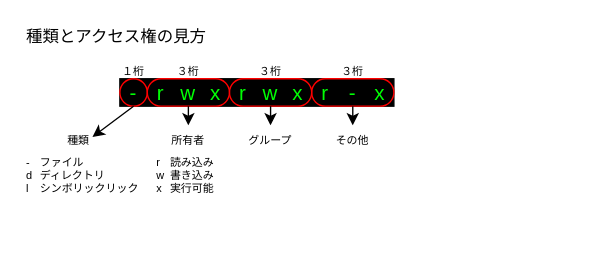
This is page "chmodとアクセス権" (9 of 9) of AWS研修_WEBアプリ_挿絵.drawio from reizo0901/Doc, a draw.io file, before an edit. Source tidied: cells renumbered, new cells numbered last; positions are measured from the earlier drawing's top-left corner, leaving out a move shared by most shapes. Both pictures are drawn from the tidied source at 137%, with x=0, y=0 at pixel (23, 23).
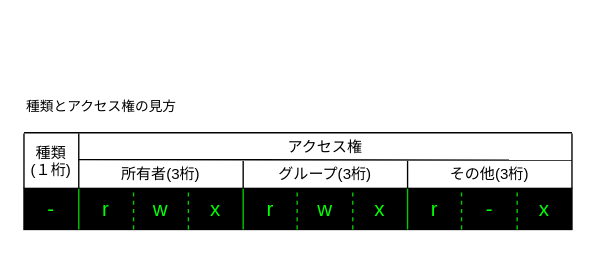
After the change.

Commit message (it also covers changes not shown here):
AWS研修_WEBアプリ_挿絵.drawio を更新します

Diff of the diagram source:
```diff
@@
     <mxCell id="2" style="rounded=0;whiteSpace=wrap;html=1;fillColor=#000000;" parent="1" vertex="1">
-      <mxGeometry x="70" y="40" width="200" height="20" as="geometry" />
+      <mxGeometry y="120" width="400" height="30" as="geometry" />
     </mxCell>
-    <mxCell id="3" value="種類とアクセス権の見方" style="text;html=1;strokeColor=none;fillColor=none;align=left;verticalAlign=middle;whiteSpace=wrap;rounded=0;" parent="1" vertex="1">
-      <mxGeometry width="150" height="20" as="geometry" />
+    <mxCell id="3" value="種類とアクセス権の見方" style="text;html=1;strokeColor=none;fillColor=none;align=left;verticalAlign=middle;whiteSpace=wrap;rounded=0;fontSize=10;" parent="1" vertex="1">
+      <mxGeometry y="50" width="300" height="20" as="geometry" />
     </mxCell>
-    <mxCell id="4" style="group;" parent="1" vertex="1">
-      <mxGeometry x="70" y="40" width="200" height="20" as="geometry" />
+    <mxCell id="4" style="group;fontSize=11;" parent="1" vertex="1">
+      <mxGeometry y="120" width="400" height="30" as="geometry" />
     </mxCell>
     <mxCell id="5" value="-" style="text;html=1;strokeColor=none;fillColor=none;align=center;verticalAlign=middle;whiteSpace=wrap;rounded=0;fontSize=15;fontColor=#00ff04;" parent="4" vertex="1">
-      <mxGeometry width="20" height="20" as="geometry" />
+      <mxGeometry width="40" height="30" as="geometry" />
     </mxCell>
     <mxCell id="6" value="r" style="text;html=1;strokeColor=none;fillColor=none;align=center;verticalAlign=middle;whiteSpace=wrap;rounded=0;fontSize=15;fontColor=#00ff04;" parent="4" vertex="1">
-      <mxGeometry x="20" width="20" height="20" as="geometry" />
+      <mxGeometry x="40" width="40" height="30" as="geometry" />
     </mxCell>
     <mxCell id="7" value="w" style="text;html=1;strokeColor=none;fillColor=none;align=center;verticalAlign=middle;whiteSpace=wrap;rounded=0;fontSize=15;fontColor=#00ff04;" parent="4" vertex="1">
-      <mxGeometry x="40" width="20" height="20" as="geometry" />
+      <mxGeometry x="80" width="40" height="30" as="geometry" />
     </mxCell>
     <mxCell id="8" value="x" style="text;html=1;strokeColor=none;fillColor=none;align=center;verticalAlign=middle;whiteSpace=wrap;rounded=0;fontSize=15;fontColor=#00ff04;" parent="4" vertex="1">
-      <mxGeometry x="60" width="20" height="20" as="geometry" />
+      <mxGeometry x="120" width="40" height="30" as="geometry" />
     </mxCell>
     <mxCell id="9" value="r" style="text;html=1;strokeColor=none;fillColor=none;align=center;verticalAlign=middle;whiteSpace=wrap;rounded=0;fontSize=15;fontColor=#00ff04;" parent="4" vertex="1">
-      <mxGeometry x="80" width="20" height="20" as="geometry" />
+      <mxGeometry x="160" width="40" height="30" as="geometry" />
     </mxCell>
     <mxCell id="10" value="w" style="text;html=1;strokeColor=none;fillColor=none;align=center;verticalAlign=middle;whiteSpace=wrap;rounded=0;fontSize=15;fontColor=#00ff04;" parent="4" vertex="1">
-      <mxGeometry x="100" width="20" height="20" as="geometry" />
+      <mxGeometry x="200" width="40" height="30" as="geometry" />
     </mxCell>
     <mxCell id="11" value="x" style="text;html=1;strokeColor=none;fillColor=none;align=center;verticalAlign=middle;whiteSpace=wrap;rounded=0;fontSize=15;fontColor=#00ff04;" parent="4" vertex="1">
-      <mxGeometry x="120" width="20" height="20" as="geometry" />
+      <mxGeometry x="240" width="40" height="30" as="geometry" />
     </mxCell>
     <mxCell id="12" value="r" style="text;html=1;strokeColor=none;fillColor=none;align=center;verticalAlign=middle;whiteSpace=wrap;rounded=0;fontSize=15;fontColor=#00ff04;" parent="4" vertex="1">
-      <mxGeometry x="140" width="20" height="20" as="geometry" />
+      <mxGeometry x="280" width="40" height="30" as="geometry" />
     </mxCell>
     <mxCell id="13" value="-" style="text;html=1;strokeColor=none;fillColor=none;align=center;verticalAlign=middle;whiteSpace=wrap;rounded=0;fontSize=15;fontColor=#00ff04;" parent="4" vertex="1">
-      <mxGeometry x="160" width="20" height="20" as="geometry" />
+      <mxGeometry x="320" width="40" height="30" as="geometry" />
     </mxCell>
     <mxCell id="14" value="x" style="text;html=1;strokeColor=none;fillColor=none;align=center;verticalAlign=middle;whiteSpace=wrap;rounded=0;fontSize=15;fontColor=#00ff04;" parent="4" vertex="1">
-      <mxGeometry x="180" width="20" height="20" as="geometry" />
+      <mxGeometry x="360" width="40" height="30" as="geometry" />
     </mxCell>
-    <mxCell id="15" style="rounded=1;whiteSpace=wrap;html=1;fillColor=none;strokeColor=#ff0000;arcSize=50;" parent="4" vertex="1">
-      <mxGeometry x="80" width="60" height="20" as="geometry" />
-    </mxCell>
-    <mxCell id="16" style="rounded=1;whiteSpace=wrap;html=1;fillColor=none;strokeColor=#ff0000;arcSize=50;" parent="4" vertex="1">
-      <mxGeometry x="140" width="60" height="20" as="geometry" />
-    </mxCell>
-    <mxCell id="17" style="rounded=1;whiteSpace=wrap;html=1;fillColor=none;strokeColor=#ff0000;arcSize=50;" parent="4" vertex="1">
-      <mxGeometry width="20" height="20" as="geometry" />
-    </mxCell>
-    <mxCell id="18" value="種類" style="text;html=1;strokeColor=none;fillColor=none;align=center;verticalAlign=middle;whiteSpace=wrap;rounded=0;fontSize=8;spacing=2;" parent="1" vertex="1">
-      <mxGeometry x="30" y="80" width="20" height="10" as="geometry" />
-    </mxCell>
+    <mxCell id="35" style="endArrow=none;html=1;rounded=0;exitX=0;exitY=1;exitDx=0;exitDy=0;entryX=0;entryY=0;entryDx=0;entryDy=0;strokeColor=#00CC00;" parent="4" edge="1" source="6" target="6">
+      <mxGeometry relative="1" as="geometry" />
+    </mxCell>
+    <mxCell id="36" style="endArrow=none;html=1;rounded=0;exitX=0;exitY=1;exitDx=0;exitDy=0;entryX=0;entryY=0;entryDx=0;entryDy=0;strokeColor=#00CC00;" parent="4" edge="1">
+      <mxGeometry relative="1" as="geometry">
+        <mxPoint x="160" y="30" as="sourcePoint" />
+        <mxPoint x="160" as="targetPoint" />
+      </mxGeometry>
+    </mxCell>
+    <mxCell id="37" style="endArrow=none;html=1;rounded=0;exitX=0;exitY=1;exitDx=0;exitDy=0;entryX=0;entryY=0;entryDx=0;entryDy=0;strokeColor=#00CC00;" parent="4" edge="1">
+      <mxGeometry relative="1" as="geometry">
+        <mxPoint x="280" y="30" as="sourcePoint" />
+        <mxPoint x="280" as="targetPoint" />
+      </mxGeometry>
+    </mxCell>
+    <mxCell id="38" style="endArrow=none;html=1;rounded=0;exitX=0;exitY=1;exitDx=0;exitDy=0;entryX=0;entryY=0;entryDx=0;entryDy=0;strokeColor=#00CC00;dashed=1;" parent="4" edge="1">
+      <mxGeometry relative="1" as="geometry">
+        <mxPoint x="80" y="30" as="sourcePoint" />
+        <mxPoint x="80" as="targetPoint" />
+      </mxGeometry>
+    </mxCell>
+    <mxCell id="39" style="endArrow=none;html=1;rounded=0;exitX=0;exitY=1;exitDx=0;exitDy=0;entryX=0;entryY=0;entryDx=0;entryDy=0;strokeColor=#00CC00;dashed=1;" parent="4" edge="1">
+      <mxGeometry relative="1" as="geometry">
+        <mxPoint x="120" y="30" as="sourcePoint" />
+        <mxPoint x="120" as="targetPoint" />
+      </mxGeometry>
+    </mxCell>
+    <mxCell id="40" style="endArrow=none;html=1;rounded=0;exitX=0;exitY=1;exitDx=0;exitDy=0;entryX=0;entryY=0;entryDx=0;entryDy=0;strokeColor=#00CC00;dashed=1;" parent="4" edge="1">
+      <mxGeometry relative="1" as="geometry">
+        <mxPoint x="199.4" y="30" as="sourcePoint" />
+        <mxPoint x="199.4" as="targetPoint" />
+      </mxGeometry>
+    </mxCell>
+    <mxCell id="41" style="endArrow=none;html=1;rounded=0;exitX=0;exitY=1;exitDx=0;exitDy=0;entryX=0;entryY=0;entryDx=0;entryDy=0;strokeColor=#00CC00;dashed=1;" parent="4" edge="1">
+      <mxGeometry relative="1" as="geometry">
+        <mxPoint x="240" y="30" as="sourcePoint" />
+        <mxPoint x="240" as="targetPoint" />
+      </mxGeometry>
+    </mxCell>
+    <mxCell id="42" style="endArrow=none;html=1;rounded=0;exitX=0;exitY=1;exitDx=0;exitDy=0;entryX=0;entryY=0;entryDx=0;entryDy=0;strokeColor=#00CC00;dashed=1;" parent="4" edge="1">
+      <mxGeometry relative="1" as="geometry">
+        <mxPoint x="319.4" y="30" as="sourcePoint" />
+        <mxPoint x="319.4" as="targetPoint" />
+      </mxGeometry>
+    </mxCell>
+    <mxCell id="43" style="endArrow=none;html=1;rounded=0;exitX=0;exitY=1;exitDx=0;exitDy=0;entryX=0;entryY=0;entryDx=0;entryDy=0;strokeColor=#00CC00;dashed=1;" parent="4" edge="1">
+      <mxGeometry relative="1" as="geometry">
+        <mxPoint x="360" y="30" as="sourcePoint" />
+        <mxPoint x="360" as="targetPoint" />
+      </mxGeometry>
+    </mxCell>
-    <mxCell id="19" value="所有者" style="text;html=1;strokeColor=none;fillColor=none;align=center;verticalAlign=middle;whiteSpace=wrap;rounded=0;fontSize=8;spacing=2;" parent="1" vertex="1">
-      <mxGeometry x="90" y="80" width="60" height="10" as="geometry" />
+    <mxCell id="19" value="所有者(3桁)" style="text;html=1;strokeColor=none;fillColor=none;align=center;verticalAlign=middle;whiteSpace=wrap;rounded=0;fontSize=11;spacing=2;" parent="1" vertex="1">
+      <mxGeometry x="40" y="100" width="120" height="20" as="geometry" />
     </mxCell>
-    <mxCell id="20" value="グループ" style="text;html=1;strokeColor=none;fillColor=none;align=center;verticalAlign=middle;whiteSpace=wrap;rounded=0;fontSize=8;" parent="1" vertex="1">
-      <mxGeometry x="150" y="80" width="60" height="10" as="geometry" />
+    <mxCell id="20" value="グループ(3桁)" style="text;html=1;strokeColor=none;fillColor=none;align=center;verticalAlign=middle;whiteSpace=wrap;rounded=0;fontSize=11;" parent="1" vertex="1">
+      <mxGeometry x="160" y="100" width="120" height="20" as="geometry" />
     </mxCell>
-    <mxCell id="21" value="その他" style="text;html=1;strokeColor=none;fillColor=none;align=center;verticalAlign=middle;whiteSpace=wrap;rounded=0;fontSize=8;" parent="1" vertex="1">
-      <mxGeometry x="210" y="80" width="60" height="10" as="geometry" />
+    <mxCell id="21" value="その他(3桁)" style="text;html=1;strokeColor=none;fillColor=none;align=center;verticalAlign=middle;whiteSpace=wrap;rounded=0;fontSize=11;" parent="1" vertex="1">
+      <mxGeometry x="280" y="100" width="120" height="20" as="geometry" />
     </mxCell>
-    <mxCell id="22" style="rounded=1;whiteSpace=wrap;html=1;fillColor=none;strokeColor=#ff0000;arcSize=50;" parent="1" vertex="1">
-      <mxGeometry x="90" y="40" width="60" height="20" as="geometry" />
-    </mxCell>
-    <mxCell id="23" style="endArrow=classic;html=1;rounded=0;exitX=0.5;exitY=1;exitDx=0;exitDy=0;entryX=1;entryY=0.25;entryDx=0;entryDy=0;" parent="1" edge="1" source="17" target="18">
-      <mxGeometry relative="1" as="geometry" />
-    </mxCell>
-    <mxCell id="24" style="endArrow=classic;html=1;rounded=0;exitX=0.5;exitY=1;exitDx=0;exitDy=0;" parent="1" edge="1" source="22">
-      <mxGeometry relative="1" as="geometry">
-        <mxPoint x="120" y="74" as="targetPoint" />
-      </mxGeometry>
-    </mxCell>
-    <mxCell id="25" style="endArrow=classic;html=1;rounded=0;exitX=0.5;exitY=1;exitDx=0;exitDy=0;" parent="1" edge="1">
-      <mxGeometry relative="1" as="geometry">
-        <mxPoint x="180" y="60" as="sourcePoint" />
-        <mxPoint x="180" y="74" as="targetPoint" />
-      </mxGeometry>
-    </mxCell>
-    <mxCell id="26" style="endArrow=classic;html=1;rounded=0;exitX=0.5;exitY=1;exitDx=0;exitDy=0;" parent="1" edge="1">
-      <mxGeometry relative="1" as="geometry">
-        <mxPoint x="240" y="60" as="sourcePoint" />
-        <mxPoint x="240" y="74" as="targetPoint" />
-      </mxGeometry>
-    </mxCell>
-    <mxCell id="27" value="-&lt;br&gt;d&lt;br&gt;l" style="text;html=1;strokeColor=none;fillColor=none;align=left;verticalAlign=top;whiteSpace=wrap;rounded=0;fontSize=8;" parent="1" vertex="1">
-      <mxGeometry y="90" width="10" height="40" as="geometry" />
-    </mxCell>
-    <mxCell id="28" value="ファイル&lt;br&gt;ディレクトリ&lt;br&gt;シンボリックリック" style="text;html=1;strokeColor=none;fillColor=none;align=left;verticalAlign=top;whiteSpace=wrap;rounded=0;fontSize=8;" parent="1" vertex="1">
-      <mxGeometry x="10" y="90" width="80" height="40" as="geometry" />
-    </mxCell>
-    <mxCell id="29" value="r&lt;br&gt;w&lt;br&gt;x" style="text;html=1;strokeColor=none;fillColor=none;align=left;verticalAlign=top;whiteSpace=wrap;rounded=0;fontSize=8;" parent="1" vertex="1">
-      <mxGeometry x="95" y="90" width="10" height="40" as="geometry" />
-    </mxCell>
-    <mxCell id="30" value="読み込み&lt;br&gt;書き込み&lt;br&gt;実行可能" style="text;html=1;strokeColor=none;fillColor=none;align=left;verticalAlign=top;whiteSpace=wrap;rounded=0;fontSize=8;" parent="1" vertex="1">
-      <mxGeometry x="105" y="90" width="40" height="40" as="geometry" />
-    </mxCell>
-    <mxCell id="31" value="１桁" style="text;html=1;strokeColor=none;fillColor=none;align=center;verticalAlign=middle;whiteSpace=wrap;rounded=0;fontSize=8;spacing=2;" parent="1" vertex="1">
-      <mxGeometry x="70" y="30" width="20" height="10" as="geometry" />
+    <mxCell id="31" value="(１桁)" style="text;html=1;strokeColor=none;fillColor=none;align=center;verticalAlign=middle;whiteSpace=wrap;rounded=0;fontSize=11;spacing=2;" parent="1" vertex="1">
+      <mxGeometry y="97" width="40" height="20" as="geometry" />
     </mxCell>
-    <mxCell id="32" value="３桁" style="text;html=1;strokeColor=none;fillColor=none;align=center;verticalAlign=middle;whiteSpace=wrap;rounded=0;fontSize=8;spacing=2;" parent="1" vertex="1">
-      <mxGeometry x="110" y="30" width="20" height="10" as="geometry" />
-    </mxCell>
-    <mxCell id="33" value="３桁" style="text;html=1;strokeColor=none;fillColor=none;align=center;verticalAlign=middle;whiteSpace=wrap;rounded=0;fontSize=8;spacing=2;" parent="1" vertex="1">
-      <mxGeometry x="170" y="30" width="20" height="10" as="geometry" />
-    </mxCell>
-    <mxCell id="34" value="３桁" style="text;html=1;strokeColor=none;fillColor=none;align=center;verticalAlign=middle;whiteSpace=wrap;rounded=0;fontSize=8;spacing=2;" parent="1" vertex="1">
-      <mxGeometry x="230" y="30" width="20" height="10" as="geometry" />
-    </mxCell>
+    <mxCell id="44" value="アクセス権" style="text;html=1;strokeColor=none;fillColor=none;align=center;verticalAlign=middle;whiteSpace=wrap;rounded=0;fontSize=11;spacing=2;" parent="1" vertex="1">
+      <mxGeometry x="150" y="80" width="140" height="20" as="geometry" />
+    </mxCell>
+    <mxCell id="18" value="種類" style="text;html=1;strokeColor=none;fillColor=none;align=center;verticalAlign=middle;whiteSpace=wrap;rounded=0;fontSize=11;spacing=2;" parent="1" vertex="1">
+      <mxGeometry y="84" width="40" height="20" as="geometry" />
+    </mxCell>
+    <mxCell id="45" style="endArrow=none;html=1;strokeWidth=1;rounded=0;" parent="1" edge="1">
+      <mxGeometry relative="1" as="geometry">
+        <mxPoint y="120" as="sourcePoint" />
+        <mxPoint y="80" as="targetPoint" />
+      </mxGeometry>
+    </mxCell>
+    <mxCell id="46" style="endArrow=none;html=1;strokeWidth=1;rounded=0;" parent="1" edge="1">
+      <mxGeometry relative="1" as="geometry">
+        <mxPoint x="40" y="120" as="sourcePoint" />
+        <mxPoint x="40" y="80" as="targetPoint" />
+      </mxGeometry>
+    </mxCell>
+    <mxCell id="47" style="endArrow=none;html=1;strokeWidth=1;rounded=0;" parent="1" edge="1">
+      <mxGeometry relative="1" as="geometry">
+        <mxPoint x="400" y="120" as="sourcePoint" />
+        <mxPoint x="400" y="80" as="targetPoint" />
+      </mxGeometry>
+    </mxCell>
+    <mxCell id="48" style="endArrow=none;html=1;strokeWidth=1;rounded=0;" parent="1" edge="1">
+      <mxGeometry relative="1" as="geometry">
+        <mxPoint x="160" y="120" as="sourcePoint" />
+        <mxPoint x="160" y="100" as="targetPoint" />
+      </mxGeometry>
+    </mxCell>
+    <mxCell id="49" style="endArrow=none;html=1;strokeWidth=1;rounded=0;" parent="1" edge="1">
+      <mxGeometry relative="1" as="geometry">
+        <mxPoint x="280" y="120" as="sourcePoint" />
+        <mxPoint x="280" y="100" as="targetPoint" />
+      </mxGeometry>
+    </mxCell>
+    <mxCell id="50" style="endArrow=none;html=1;rounded=0;" parent="1" edge="1">
+      <mxGeometry relative="1" as="geometry">
+        <mxPoint x="40" y="99" as="sourcePoint" />
+        <mxPoint x="400" y="99.4" as="targetPoint" />
+      </mxGeometry>
+    </mxCell>
+    <mxCell id="51" style="endArrow=none;html=1;rounded=0;" parent="1" edge="1">
+      <mxGeometry relative="1" as="geometry">
+        <mxPoint y="79.4" as="sourcePoint" />
+        <mxPoint x="400" y="79.4" as="targetPoint" />
+      </mxGeometry>
+    </mxCell>
```
